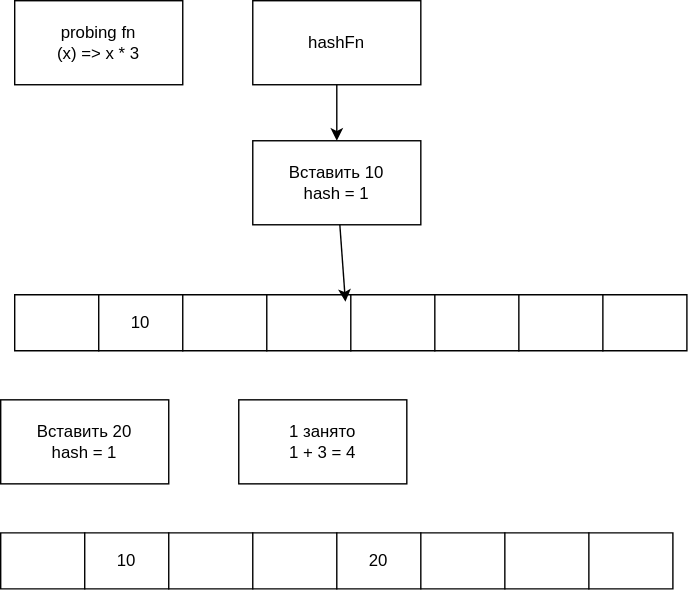
Above: База/Структуры данных/2. Быстро находить данные и проверять условия/2.3. Проверять принадлежность и уникальность/Множество (Set)/HashSet/OpenAddressing/примеры.drawio.svg in kosukhin/catalog (draw.io), before the change. Source tidied: cells renumbered, new cells last; positions are measured from the earlier drawing's top-left corner, leaving out a move shared by most shapes.
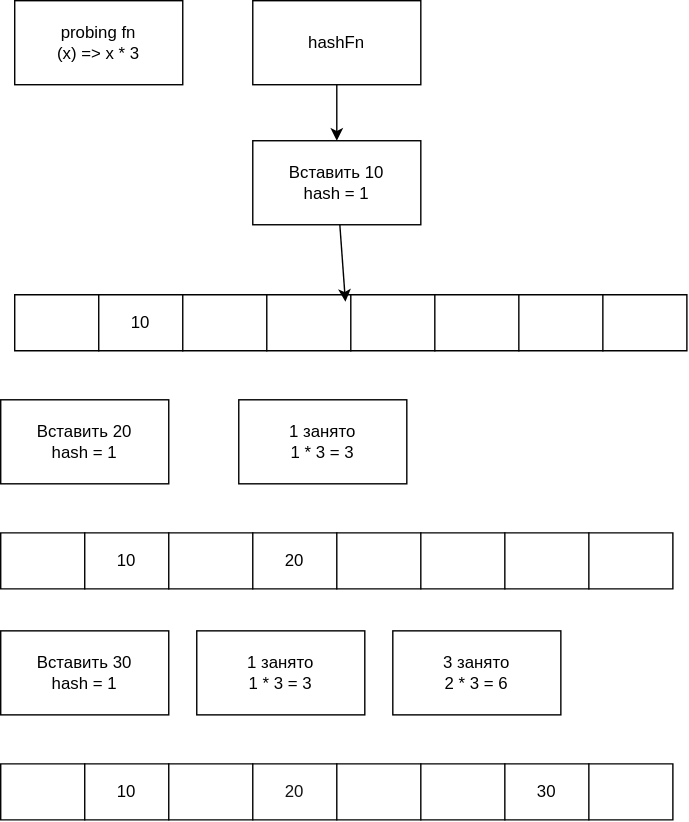
Later version of the same file.

The edit, as a diff of the source:
```diff
@@ -65,10 +65,10 @@
     <mxCell id="22" style="shape=partialRectangle;html=1;whiteSpace=wrap;strokeColor=inherit;overflow=hidden;fillColor=none;" parent="19" vertex="1">
       <mxGeometry x="120" width="60" height="40" as="geometry" />
     </mxCell>
-    <mxCell id="23" style="shape=partialRectangle;html=1;whiteSpace=wrap;strokeColor=inherit;overflow=hidden;fillColor=none;" parent="19" vertex="1">
+    <mxCell id="23" value="20" style="shape=partialRectangle;html=1;whiteSpace=wrap;strokeColor=inherit;overflow=hidden;fillColor=none;" parent="19" vertex="1">
       <mxGeometry x="180" width="60" height="40" as="geometry" />
     </mxCell>
-    <mxCell id="24" value="20" style="shape=partialRectangle;html=1;whiteSpace=wrap;strokeColor=inherit;overflow=hidden;fillColor=none;" parent="19" vertex="1">
+    <mxCell id="24" style="shape=partialRectangle;html=1;whiteSpace=wrap;strokeColor=inherit;overflow=hidden;fillColor=none;" parent="19" vertex="1">
       <mxGeometry x="240" width="60" height="40" as="geometry" />
     </mxCell>
     <mxCell id="25" style="shape=partialRectangle;html=1;whiteSpace=wrap;strokeColor=inherit;overflow=hidden;fillColor=none;" parent="19" vertex="1">
@@ -80,8 +80,47 @@
     <mxCell id="27" style="shape=partialRectangle;html=1;whiteSpace=wrap;strokeColor=inherit;overflow=hidden;fillColor=none;" parent="19" vertex="1">
       <mxGeometry x="420" width="60" height="40" as="geometry" />
     </mxCell>
-    <mxCell id="28" value="1 занято&lt;div&gt;1 + 3 = 4&lt;/div&gt;" style="rounded=0;whiteSpace=wrap;html=1;" parent="1" vertex="1">
+    <mxCell id="28" value="1 занято&lt;div&gt;1 * 3 = 3&lt;/div&gt;" style="rounded=0;whiteSpace=wrap;html=1;" parent="1" vertex="1">
       <mxGeometry x="170" y="285" width="120" height="60" as="geometry" />
     </mxCell>
+    <mxCell id="29" value="Вставить 30&lt;div&gt;hash = 1&lt;/div&gt;" style="rounded=0;whiteSpace=wrap;html=1;" parent="1" vertex="1">
+      <mxGeometry y="450" width="120" height="60" as="geometry" />
+    </mxCell>
+    <mxCell id="30" style="shape=table;startSize=0;fixedHeader=1;tableRender=collapsed;" parent="1" vertex="1">
+      <mxGeometry y="545" width="480" height="40" as="geometry" />
+    </mxCell>
+    <mxCell id="31" style="shape=tableRow;horizontal=0;startSize=0;swimlaneHead=0;swimlaneBody=0;strokeColor=inherit;fillColor=none;fixedHeader=1;" parent="30" vertex="1">
+      <mxGeometry width="480" height="40" as="geometry" />
+    </mxCell>
+    <mxCell id="32" style="shape=partialRectangle;html=1;whiteSpace=wrap;strokeColor=inherit;overflow=hidden;fillColor=none;" parent="31" vertex="1">
+      <mxGeometry width="60" height="40" as="geometry" />
+    </mxCell>
+    <mxCell id="33" value="10" style="shape=partialRectangle;html=1;whiteSpace=wrap;strokeColor=inherit;overflow=hidden;fillColor=none;" parent="31" vertex="1">
+      <mxGeometry x="60" width="60" height="40" as="geometry" />
+    </mxCell>
+    <mxCell id="34" style="shape=partialRectangle;html=1;whiteSpace=wrap;strokeColor=inherit;overflow=hidden;fillColor=none;" parent="31" vertex="1">
+      <mxGeometry x="120" width="60" height="40" as="geometry" />
+    </mxCell>
+    <mxCell id="35" value="&lt;font color=&quot;#121212&quot;&gt;20&lt;/font&gt;" style="shape=partialRectangle;html=1;whiteSpace=wrap;strokeColor=inherit;overflow=hidden;fillColor=none;" parent="31" vertex="1">
+      <mxGeometry x="180" width="60" height="40" as="geometry" />
+    </mxCell>
+    <mxCell id="36" style="shape=partialRectangle;html=1;whiteSpace=wrap;strokeColor=inherit;overflow=hidden;fillColor=none;" parent="31" vertex="1">
+      <mxGeometry x="240" width="60" height="40" as="geometry" />
+    </mxCell>
+    <mxCell id="37" style="shape=partialRectangle;html=1;whiteSpace=wrap;strokeColor=inherit;overflow=hidden;fillColor=none;" parent="31" vertex="1">
+      <mxGeometry x="300" width="60" height="40" as="geometry" />
+    </mxCell>
+    <mxCell id="38" value="30" style="shape=partialRectangle;html=1;whiteSpace=wrap;strokeColor=inherit;overflow=hidden;fillColor=none;" parent="31" vertex="1">
+      <mxGeometry x="360" width="60" height="40" as="geometry" />
+    </mxCell>
+    <mxCell id="39" style="shape=partialRectangle;html=1;whiteSpace=wrap;strokeColor=inherit;overflow=hidden;fillColor=none;" parent="31" vertex="1">
+      <mxGeometry x="420" width="60" height="40" as="geometry" />
+    </mxCell>
+    <mxCell id="40" value="1 занято&lt;div&gt;1 * 3 = 3&lt;/div&gt;" style="rounded=0;whiteSpace=wrap;html=1;" parent="1" vertex="1">
+      <mxGeometry x="140" y="450" width="120" height="60" as="geometry" />
+    </mxCell>
+    <mxCell id="41" value="3 занято&lt;div&gt;2 * 3 = 6&lt;/div&gt;" style="rounded=0;whiteSpace=wrap;html=1;" parent="1" vertex="1">
+      <mxGeometry x="280" y="450" width="120" height="60" as="geometry" />
+    </mxCell>
   </root>
 </mxGraphModel>
```
